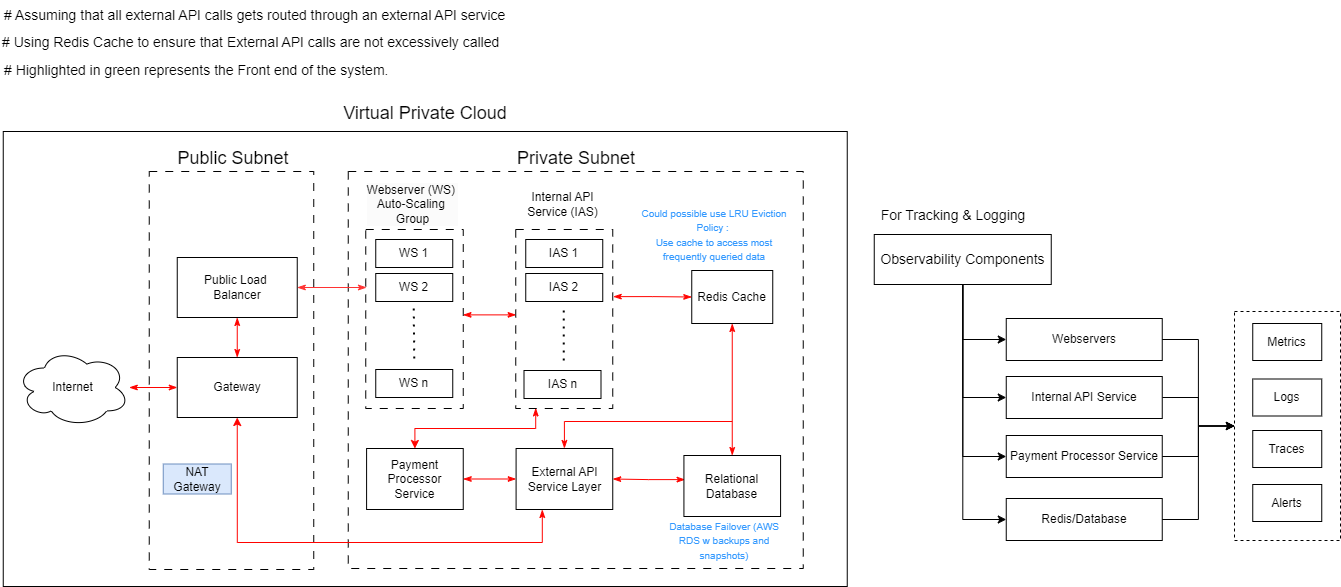
The draw.io diagram Q1/Q1_Network_Architecture.png in joshuachuaaa/razer_assesment, before a commit. Source tidied: cells renumbered, new cells last; positions are measured from the earlier drawing's top-left corner, leaving out a move shared by most shapes. Its diagram source:
```xml
<mxGraphModel background="#ffffff">
  <root>
    <mxCell id="0" />
    <mxCell id="1" parent="0" />
    <mxCell id="2" style="rounded=0;whiteSpace=wrap;html=1;" parent="1" vertex="1">
      <mxGeometry x="2.8" y="131" width="844" height="455" as="geometry" />
    </mxCell>
    <mxCell id="3" style="rounded=0;whiteSpace=wrap;html=1;dashed=1;" parent="1" vertex="1">
      <mxGeometry x="1234" y="311" width="106" height="229" as="geometry" />
    </mxCell>
    <mxCell id="4" style="rounded=0;whiteSpace=wrap;html=1;dashed=1;dashPattern=8 8;" parent="1" vertex="1">
      <mxGeometry x="148.8" y="171" width="164.5" height="398" as="geometry" />
    </mxCell>
    <mxCell id="5" value="Public Load&amp;nbsp;&lt;div&gt;Balancer&lt;/div&gt;" style="rounded=0;whiteSpace=wrap;html=1;" parent="1" vertex="1">
      <mxGeometry x="176.8" y="257" width="120" height="60" as="geometry" />
    </mxCell>
    <mxCell id="6" style="edgeStyle=orthogonalEdgeStyle;rounded=0;jettySize=auto;html=1;entryX=0;entryY=0.5;entryDx=0;entryDy=0;startArrow=classicThin;startFill=1;endArrow=classicThin;endFill=1;strokeColor=#FF0300;" parent="1" edge="1" source="7" target="9">
      <mxGeometry relative="1" as="geometry" />
    </mxCell>
    <mxCell id="7" value="Internet" style="ellipse;shape=cloud;whiteSpace=wrap;html=1;" parent="1" vertex="1">
      <mxGeometry x="15.8" y="348" width="113" height="78" as="geometry" />
    </mxCell>
    <mxCell id="8" style="edgeStyle=orthogonalEdgeStyle;rounded=0;jettySize=auto;html=1;entryX=0.5;entryY=1;entryDx=0;entryDy=0;startArrow=classicThin;startFill=1;endArrow=classicThin;endFill=1;strokeColor=#FF0300;" parent="1" edge="1" source="9" target="5">
      <mxGeometry relative="1" as="geometry" />
    </mxCell>
    <mxCell id="9" value="Gateway" style="rounded=0;whiteSpace=wrap;html=1;" parent="1" vertex="1">
      <mxGeometry x="176.8" y="357" width="120" height="60" as="geometry" />
    </mxCell>
    <mxCell id="10" style="rounded=0;whiteSpace=wrap;html=1;dashed=1;dashPattern=8 8;" parent="1" vertex="1">
      <mxGeometry x="347.8" y="171" width="455" height="397" as="geometry" />
    </mxCell>
    <mxCell id="11" style="rounded=0;whiteSpace=wrap;html=1;dashed=1;dashPattern=8 8;" parent="1" vertex="1">
      <mxGeometry x="365.2" y="229" width="97.5" height="179" as="geometry" />
    </mxCell>
    <mxCell id="12" value="&lt;br&gt;&lt;span style=&quot;color: rgb(0, 0, 0); font-family: Helvetica; font-size: 12px; font-style: normal; font-variant-ligatures: normal; font-variant-caps: normal; font-weight: 400; letter-spacing: normal; orphans: 2; text-align: center; text-indent: 0px; text-transform: none; widows: 2; word-spacing: 0px; -webkit-text-stroke-width: 0px; white-space: normal; background-color: rgb(251, 251, 251); text-decoration-thickness: initial; text-decoration-style: initial; text-decoration-color: initial; float: none; display: inline !important;&quot;&gt;Webserver (WS)&amp;nbsp;&lt;/span&gt;&lt;div style=&quot;forced-color-adjust: none; color: rgb(0, 0, 0); font-family: Helvetica; font-size: 12px; font-style: normal; font-variant-ligatures: normal; font-variant-caps: normal; font-weight: 400; letter-spacing: normal; orphans: 2; text-align: center; text-indent: 0px; text-transform: none; widows: 2; word-spacing: 0px; -webkit-text-stroke-width: 0px; white-space: normal; background-color: rgb(251, 251, 251); text-decoration-thickness: initial; text-decoration-style: initial; text-decoration-color: initial;&quot;&gt;Auto-Scaling&amp;nbsp;&lt;/div&gt;&lt;div style=&quot;forced-color-adjust: none; color: rgb(0, 0, 0); font-family: Helvetica; font-size: 12px; font-style: normal; font-variant-ligatures: normal; font-variant-caps: normal; font-weight: 400; letter-spacing: normal; orphans: 2; text-align: center; text-indent: 0px; text-transform: none; widows: 2; word-spacing: 0px; -webkit-text-stroke-width: 0px; white-space: normal; background-color: rgb(251, 251, 251); text-decoration-thickness: initial; text-decoration-style: initial; text-decoration-color: initial;&quot;&gt;Group&lt;/div&gt;&lt;div&gt;&lt;br/&gt;&lt;/div&gt;" style="text;html=1;align=center;verticalAlign=middle;whiteSpace=wrap;rounded=0;" parent="1" vertex="1">
      <mxGeometry x="361.8" y="189" width="100.5" height="30" as="geometry" />
    </mxCell>
    <mxCell id="13" value="WS 1" style="rounded=0;whiteSpace=wrap;html=1;" parent="1" vertex="1">
      <mxGeometry x="375.2" y="239" width="77" height="28" as="geometry" />
    </mxCell>
    <mxCell id="14" value="WS 2" style="rounded=0;whiteSpace=wrap;html=1;" parent="1" vertex="1">
      <mxGeometry x="375.2" y="273" width="77" height="28" as="geometry" />
    </mxCell>
    <mxCell id="15" style="endArrow=none;dashed=1;html=1;dashPattern=1 3;strokeWidth=2;rounded=0;" parent="1" edge="1">
      <mxGeometry relative="1" as="geometry">
        <mxPoint x="413.8" y="358" as="sourcePoint" />
        <mxPoint x="413.2" y="308" as="targetPoint" />
      </mxGeometry>
    </mxCell>
    <mxCell id="16" value="WS n" style="rounded=0;whiteSpace=wrap;html=1;" parent="1" vertex="1">
      <mxGeometry x="375.2" y="369" width="77" height="28" as="geometry" />
    </mxCell>
    <mxCell id="17" style="edgeStyle=orthogonalEdgeStyle;rounded=0;jettySize=auto;html=1;entryX=0;entryY=0.5;entryDx=0;entryDy=0;exitX=1.005;exitY=0.375;exitDx=0;exitDy=0;exitPerimeter=0;strokeColor=#FF0300;startArrow=classicThin;startFill=1;endArrow=classicThin;endFill=1;" parent="1" edge="1" source="35" target="20">
      <mxGeometry relative="1" as="geometry" />
    </mxCell>
    <mxCell id="18" style="edgeStyle=orthogonalEdgeStyle;rounded=0;jettySize=auto;html=1;entryX=0.5;entryY=0;entryDx=0;entryDy=0;exitX=0.206;exitY=0.997;exitDx=0;exitDy=0;startArrow=classicThin;startFill=1;strokeColor=#FF0300;exitPerimeter=0;" parent="1" edge="1" source="35" target="29">
      <mxGeometry relative="1" as="geometry" />
    </mxCell>
    <mxCell id="19" style="edgeStyle=orthogonalEdgeStyle;rounded=0;jettySize=auto;html=1;entryX=0.5;entryY=0;entryDx=0;entryDy=0;startArrow=classicThin;startFill=1;endArrow=classicThin;endFill=1;strokeColor=#FF0300;" parent="1" edge="1" source="20" target="24">
      <mxGeometry relative="1" as="geometry" />
    </mxCell>
    <mxCell id="20" value="Redis Cache" style="rounded=0;whiteSpace=wrap;html=1;" parent="1" vertex="1">
      <mxGeometry x="691.2" y="270" width="81" height="53" as="geometry" />
    </mxCell>
    <mxCell id="21" style="endArrow=classicThin;startArrow=classicThin;html=1;rounded=0;exitX=0.998;exitY=0.477;exitDx=0;exitDy=0;exitPerimeter=0;startFill=1;endFill=1;strokeColor=#FF0300;entryX=0.003;entryY=0.477;entryDx=0;entryDy=0;entryPerimeter=0;" parent="1" edge="1" source="11" target="35">
      <mxGeometry relative="1" as="geometry" />
    </mxCell>
    <mxCell id="22" style="edgeStyle=orthogonalEdgeStyle;rounded=0;jettySize=auto;html=1;entryX=0.008;entryY=0.324;entryDx=0;entryDy=0;entryPerimeter=0;endArrow=classicThin;endFill=1;startArrow=classicThin;startFill=1;strokeColor=#FF3333;" parent="1" edge="1" source="5" target="11">
      <mxGeometry relative="1" as="geometry" />
    </mxCell>
    <mxCell id="23" style="edgeStyle=orthogonalEdgeStyle;rounded=0;jettySize=auto;html=1;entryX=1;entryY=0.5;entryDx=0;entryDy=0;startArrow=classicThin;startFill=1;endArrow=classicThin;endFill=1;strokeColor=#FF0300;exitX=0.012;exitY=0.395;exitDx=0;exitDy=0;exitPerimeter=0;" parent="1" edge="1" source="24" target="27">
      <mxGeometry relative="1" as="geometry" />
    </mxCell>
    <mxCell id="24" value="Relational Database" style="rounded=0;whiteSpace=wrap;html=1;" parent="1" vertex="1">
      <mxGeometry x="683.4" y="455" width="96.7" height="61" as="geometry" />
    </mxCell>
    <mxCell id="25" style="edgeStyle=orthogonalEdgeStyle;rounded=0;jettySize=auto;html=1;entryX=0.5;entryY=1;entryDx=0;entryDy=0;startArrow=classicThin;startFill=1;strokeColor=#FF0300;" parent="1" edge="1" source="27" target="9">
      <mxGeometry relative="1" as="geometry">
        <Array as="points">
          <mxPoint x="541.8" y="542" />
          <mxPoint x="236.8" y="542" />
        </Array>
      </mxGeometry>
    </mxCell>
    <mxCell id="26" style="edgeStyle=orthogonalEdgeStyle;rounded=0;jettySize=auto;html=1;exitX=0.5;exitY=0;exitDx=0;exitDy=0;endArrow=none;startFill=1;strokeColor=#FF0300;startArrow=classicThin;" parent="1" edge="1" source="27">
      <mxGeometry relative="1" as="geometry">
        <mxPoint x="731.8" y="421" as="targetPoint" />
        <Array as="points">
          <mxPoint x="563.8" y="421" />
        </Array>
      </mxGeometry>
    </mxCell>
    <mxCell id="27" value="External API Service Layer" style="rounded=0;whiteSpace=wrap;html=1;" parent="1" vertex="1">
      <mxGeometry x="515.6" y="448" width="96.7" height="61" as="geometry" />
    </mxCell>
    <mxCell id="28" style="edgeStyle=orthogonalEdgeStyle;rounded=0;jettySize=auto;html=1;entryX=0;entryY=0.5;entryDx=0;entryDy=0;startArrow=classicThin;startFill=1;endArrow=classicThin;endFill=1;strokeColor=#FF0300;" parent="1" edge="1" source="29" target="27">
      <mxGeometry relative="1" as="geometry" />
    </mxCell>
    <mxCell id="29" value="Payment Processor Service" style="rounded=0;whiteSpace=wrap;html=1;" parent="1" vertex="1">
      <mxGeometry x="366.1" y="448" width="96.7" height="61" as="geometry" />
    </mxCell>
    <mxCell id="30" value="&lt;font style=&quot;font-size: 10px; color: rgb(51, 153, 255);&quot;&gt;Database Failover (AWS RDS w backups and snapshots)&lt;/font&gt;" style="text;html=1;align=center;verticalAlign=middle;whiteSpace=wrap;rounded=0;" parent="1" vertex="1">
      <mxGeometry x="659.8" y="525" width="128" height="30" as="geometry" />
    </mxCell>
    <mxCell id="31" value="&lt;font style=&quot;font-size: 10px; color: rgb(51, 153, 255);&quot;&gt;Could possible use LRU Eviction Policy :&amp;nbsp;&lt;/font&gt;&lt;div&gt;&lt;font style=&quot;font-size: 10px; color: rgb(51, 153, 255);&quot;&gt;Use cache to access most frequently queried data&lt;/font&gt;&lt;/div&gt;" style="text;html=1;align=center;verticalAlign=middle;whiteSpace=wrap;rounded=0;" parent="1" vertex="1">
      <mxGeometry x="634.8" y="219" width="158" height="30" as="geometry" />
    </mxCell>
    <mxCell id="32" value="&lt;font style=&quot;font-size: 14px;&quot;&gt;# Assuming that all external API calls gets routed through an external API service&lt;/font&gt;" style="text;html=1;align=left;verticalAlign=middle;whiteSpace=wrap;rounded=0;" parent="1" vertex="1">
      <mxGeometry x="2" width="507" height="30" as="geometry" />
    </mxCell>
    <mxCell id="33" value="NAT Gateway" style="text;html=1;align=center;verticalAlign=middle;whiteSpace=wrap;rounded=0;fillColor=#dae8fc;strokeColor=#6c8ebf;" parent="1" vertex="1">
      <mxGeometry x="162.8" y="463.5" width="68" height="30" as="geometry" />
    </mxCell>
    <mxCell id="34" style="group;" parent="1" vertex="1">
      <mxGeometry x="511.8" y="189" width="100.5" height="219" as="geometry" />
    </mxCell>
    <mxCell id="35" style="rounded=0;whiteSpace=wrap;html=1;dashed=1;dashPattern=8 8;" parent="34" vertex="1">
      <mxGeometry x="3.5" y="40" width="97" height="179" as="geometry" />
    </mxCell>
    <mxCell id="36" value="&lt;div&gt;Internal API Service (IAS)&lt;/div&gt;" style="text;html=1;align=center;verticalAlign=middle;whiteSpace=wrap;rounded=0;" parent="34" vertex="1">
      <mxGeometry width="100.5" height="30" as="geometry" />
    </mxCell>
    <mxCell id="37" value="IAS 1" style="rounded=0;whiteSpace=wrap;html=1;" parent="34" vertex="1">
      <mxGeometry x="13.5" y="50" width="77" height="28" as="geometry" />
    </mxCell>
    <mxCell id="38" value="IAS 2" style="rounded=0;whiteSpace=wrap;html=1;" parent="34" vertex="1">
      <mxGeometry x="13.5" y="84" width="77" height="28" as="geometry" />
    </mxCell>
    <mxCell id="39" style="endArrow=none;dashed=1;html=1;dashPattern=1 3;strokeWidth=2;rounded=0;" parent="34" edge="1">
      <mxGeometry relative="1" as="geometry">
        <mxPoint x="51.5" y="171" as="sourcePoint" />
        <mxPoint x="51.5" y="119" as="targetPoint" />
      </mxGeometry>
    </mxCell>
    <mxCell id="40" value="IAS n" style="rounded=0;whiteSpace=wrap;html=1;" parent="34" vertex="1">
      <mxGeometry x="11.8" y="181" width="77" height="28" as="geometry" />
    </mxCell>
    <mxCell id="41" value="&lt;font style=&quot;font-size: 14px;&quot;&gt;# Using Redis Cache to ensure that External API calls are not excessively called&lt;/font&gt;" style="text;html=1;align=left;verticalAlign=middle;whiteSpace=wrap;rounded=0;" parent="1" vertex="1">
      <mxGeometry y="27" width="507" height="30" as="geometry" />
    </mxCell>
    <mxCell id="42" value="&lt;font style=&quot;font-size: 14px;&quot;&gt;For Tracking &amp;amp; Logging&lt;/font&gt;" style="text;html=1;align=center;verticalAlign=middle;whiteSpace=wrap;rounded=0;" parent="1" vertex="1">
      <mxGeometry x="871.8" y="200" width="162" height="30" as="geometry" />
    </mxCell>
    <mxCell id="43" style="edgeStyle=orthogonalEdgeStyle;rounded=0;jettySize=auto;html=1;entryX=0;entryY=0.5;entryDx=0;entryDy=0;" parent="1" edge="1" source="47" target="48">
      <mxGeometry relative="1" as="geometry" />
    </mxCell>
    <mxCell id="44" style="edgeStyle=orthogonalEdgeStyle;rounded=0;jettySize=auto;html=1;entryX=0;entryY=0.5;entryDx=0;entryDy=0;" parent="1" edge="1" source="47" target="50">
      <mxGeometry relative="1" as="geometry" />
    </mxCell>
    <mxCell id="45" style="edgeStyle=orthogonalEdgeStyle;rounded=0;jettySize=auto;html=1;entryX=0;entryY=0.5;entryDx=0;entryDy=0;" parent="1" edge="1" source="47" target="51">
      <mxGeometry relative="1" as="geometry" />
    </mxCell>
    <mxCell id="46" style="edgeStyle=orthogonalEdgeStyle;rounded=0;jettySize=auto;html=1;entryX=0;entryY=0.5;entryDx=0;entryDy=0;" parent="1" edge="1" source="47" target="52">
      <mxGeometry relative="1" as="geometry" />
    </mxCell>
    <mxCell id="47" value="&lt;font style=&quot;font-size: 14px;&quot;&gt;Observability Components&lt;/font&gt;" style="rounded=0;whiteSpace=wrap;html=1;" parent="1" vertex="1">
      <mxGeometry x="873.8" y="234" width="177" height="50" as="geometry" />
    </mxCell>
    <mxCell id="48" value="Webservers" style="rounded=0;whiteSpace=wrap;html=1;" parent="1" vertex="1">
      <mxGeometry x="1005.8" y="318" width="156" height="42" as="geometry" />
    </mxCell>
    <mxCell id="49" style="edgeStyle=orthogonalEdgeStyle;rounded=0;jettySize=auto;html=1;entryX=0;entryY=0.5;entryDx=0;entryDy=0;" parent="1" edge="1" source="50" target="3">
      <mxGeometry relative="1" as="geometry" />
    </mxCell>
    <mxCell id="50" value="Internal API Service" style="rounded=0;whiteSpace=wrap;html=1;" parent="1" vertex="1">
      <mxGeometry x="1005.8" y="376" width="156" height="42" as="geometry" />
    </mxCell>
    <mxCell id="51" value="Payment Processor Service" style="rounded=0;whiteSpace=wrap;html=1;" parent="1" vertex="1">
      <mxGeometry x="1005.8" y="435" width="156" height="42" as="geometry" />
    </mxCell>
    <mxCell id="52" value="Redis/Database" style="rounded=0;whiteSpace=wrap;html=1;" parent="1" vertex="1">
      <mxGeometry x="1005.8" y="498" width="156" height="42" as="geometry" />
    </mxCell>
    <mxCell id="53" value="Metrics" style="whiteSpace=wrap;html=1;" parent="1" vertex="1">
      <mxGeometry x="1252.2" y="323" width="69" height="37" as="geometry" />
    </mxCell>
    <mxCell id="54" value="Logs" style="whiteSpace=wrap;html=1;" parent="1" vertex="1">
      <mxGeometry x="1252.2" y="378.5" width="69" height="37" as="geometry" />
    </mxCell>
    <mxCell id="55" value="Traces" style="whiteSpace=wrap;html=1;" parent="1" vertex="1">
      <mxGeometry x="1252.2" y="430" width="69" height="37" as="geometry" />
    </mxCell>
    <mxCell id="56" value="Alerts" style="whiteSpace=wrap;html=1;" parent="1" vertex="1">
      <mxGeometry x="1252.2" y="484" width="69" height="37" as="geometry" />
    </mxCell>
    <mxCell id="57" style="edgeStyle=orthogonalEdgeStyle;rounded=0;jettySize=auto;html=1;entryX=0;entryY=0.5;entryDx=0;entryDy=0;" parent="1" edge="1" source="48" target="3">
      <mxGeometry relative="1" as="geometry" />
    </mxCell>
    <mxCell id="58" style="edgeStyle=orthogonalEdgeStyle;rounded=0;jettySize=auto;html=1;entryX=0;entryY=0.5;entryDx=0;entryDy=0;" parent="1" edge="1" source="51" target="3">
      <mxGeometry relative="1" as="geometry" />
    </mxCell>
    <mxCell id="59" style="edgeStyle=orthogonalEdgeStyle;rounded=0;jettySize=auto;html=1;entryX=0;entryY=0.5;entryDx=0;entryDy=0;" parent="1" edge="1" source="52" target="3">
      <mxGeometry relative="1" as="geometry" />
    </mxCell>
    <mxCell id="60" value="&lt;font style=&quot;font-size: 18px;&quot;&gt;Virtual Private Cloud&lt;/font&gt;" style="text;html=1;align=center;verticalAlign=middle;whiteSpace=wrap;rounded=0;" parent="1" vertex="1">
      <mxGeometry x="325.8" y="98" width="197.5" height="30" as="geometry" />
    </mxCell>
    <mxCell id="61" value="&lt;font style=&quot;font-size: 18px;&quot;&gt;Public Subnet&lt;/font&gt;" style="text;html=1;align=center;verticalAlign=middle;whiteSpace=wrap;rounded=0;" parent="1" vertex="1">
      <mxGeometry x="133.8" y="143" width="197.5" height="30" as="geometry" />
    </mxCell>
    <mxCell id="62" value="&lt;font style=&quot;font-size: 18px;&quot;&gt;Private Subnet&lt;/font&gt;" style="text;html=1;align=center;verticalAlign=middle;whiteSpace=wrap;rounded=0;" parent="1" vertex="1">
      <mxGeometry x="476.5" y="143" width="197.5" height="30" as="geometry" />
    </mxCell>
    <mxCell id="63" value="&lt;font style=&quot;font-size: 14px;&quot;&gt;# Highlighted in green represents the Front end of the system.&lt;/font&gt;" style="text;html=1;align=left;verticalAlign=middle;whiteSpace=wrap;rounded=0;" parent="1" vertex="1">
      <mxGeometry x="2" y="55" width="507" height="30" as="geometry" />
    </mxCell>
  </root>
</mxGraphModel>
```
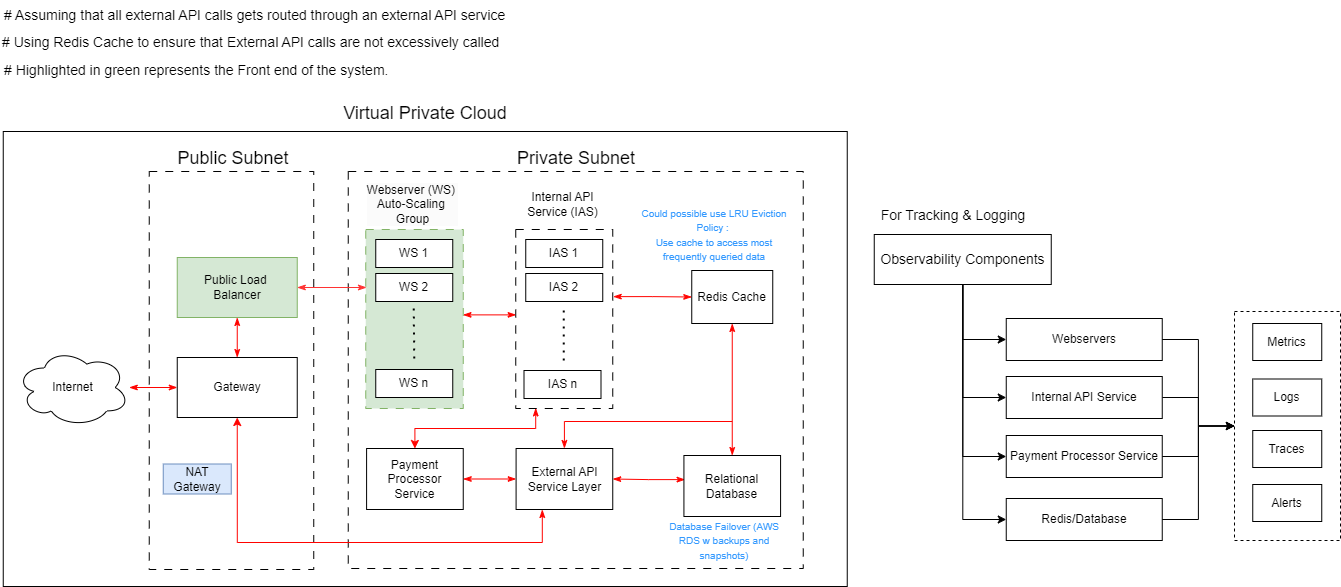
After the change.

Commit message:
updated missing frontend components in diagram

Change to the diagram source:
```diff
@@ -11,7 +11,7 @@
     <mxCell id="4" style="rounded=0;whiteSpace=wrap;html=1;dashed=1;dashPattern=8 8;" parent="1" vertex="1">
       <mxGeometry x="148.8" y="171" width="164.5" height="398" as="geometry" />
     </mxCell>
-    <mxCell id="5" value="Public Load&amp;nbsp;&lt;div&gt;Balancer&lt;/div&gt;" style="rounded=0;whiteSpace=wrap;html=1;" parent="1" vertex="1">
+    <mxCell id="5" value="Public Load&amp;nbsp;&lt;div&gt;Balancer&lt;/div&gt;" style="rounded=0;whiteSpace=wrap;html=1;fillColor=#d5e8d4;strokeColor=#82b366;" parent="1" vertex="1">
       <mxGeometry x="176.8" y="257" width="120" height="60" as="geometry" />
     </mxCell>
     <mxCell id="6" style="edgeStyle=orthogonalEdgeStyle;rounded=0;jettySize=auto;html=1;entryX=0;entryY=0.5;entryDx=0;entryDy=0;startArrow=classicThin;startFill=1;endArrow=classicThin;endFill=1;strokeColor=#FF0300;" parent="1" edge="1" source="7" target="9">
@@ -29,7 +29,7 @@
     <mxCell id="10" style="rounded=0;whiteSpace=wrap;html=1;dashed=1;dashPattern=8 8;" parent="1" vertex="1">
       <mxGeometry x="347.8" y="171" width="455" height="397" as="geometry" />
     </mxCell>
-    <mxCell id="11" style="rounded=0;whiteSpace=wrap;html=1;dashed=1;dashPattern=8 8;" parent="1" vertex="1">
+    <mxCell id="11" style="rounded=0;whiteSpace=wrap;html=1;dashed=1;dashPattern=8 8;fillColor=#d5e8d4;strokeColor=#82b366;" parent="1" vertex="1">
       <mxGeometry x="365.2" y="229" width="97.5" height="179" as="geometry" />
     </mxCell>
     <mxCell id="12" value="&lt;br&gt;&lt;span style=&quot;color: rgb(0, 0, 0); font-family: Helvetica; font-size: 12px; font-style: normal; font-variant-ligatures: normal; font-variant-caps: normal; font-weight: 400; letter-spacing: normal; orphans: 2; text-align: center; text-indent: 0px; text-transform: none; widows: 2; word-spacing: 0px; -webkit-text-stroke-width: 0px; white-space: normal; background-color: rgb(251, 251, 251); text-decoration-thickness: initial; text-decoration-style: initial; text-decoration-color: initial; float: none; display: inline !important;&quot;&gt;Webserver (WS)&amp;nbsp;&lt;/span&gt;&lt;div style=&quot;forced-color-adjust: none; color: rgb(0, 0, 0); font-family: Helvetica; font-size: 12px; font-style: normal; font-variant-ligatures: normal; font-variant-caps: normal; font-weight: 400; letter-spacing: normal; orphans: 2; text-align: center; text-indent: 0px; text-transform: none; widows: 2; word-spacing: 0px; -webkit-text-stroke-width: 0px; white-space: normal; background-color: rgb(251, 251, 251); text-decoration-thickness: initial; text-decoration-style: initial; text-decoration-color: initial;&quot;&gt;Auto-Scaling&amp;nbsp;&lt;/div&gt;&lt;div style=&quot;forced-color-adjust: none; color: rgb(0, 0, 0); font-family: Helvetica; font-size: 12px; font-style: normal; font-variant-ligatures: normal; font-variant-caps: normal; font-weight: 400; letter-spacing: normal; orphans: 2; text-align: center; text-indent: 0px; text-transform: none; widows: 2; word-spacing: 0px; -webkit-text-stroke-width: 0px; white-space: normal; background-color: rgb(251, 251, 251); text-decoration-thickness: initial; text-decoration-style: initial; text-decoration-color: initial;&quot;&gt;Group&lt;/div&gt;&lt;div&gt;&lt;br/&gt;&lt;/div&gt;" style="text;html=1;align=center;verticalAlign=middle;whiteSpace=wrap;rounded=0;" parent="1" vertex="1">
```
